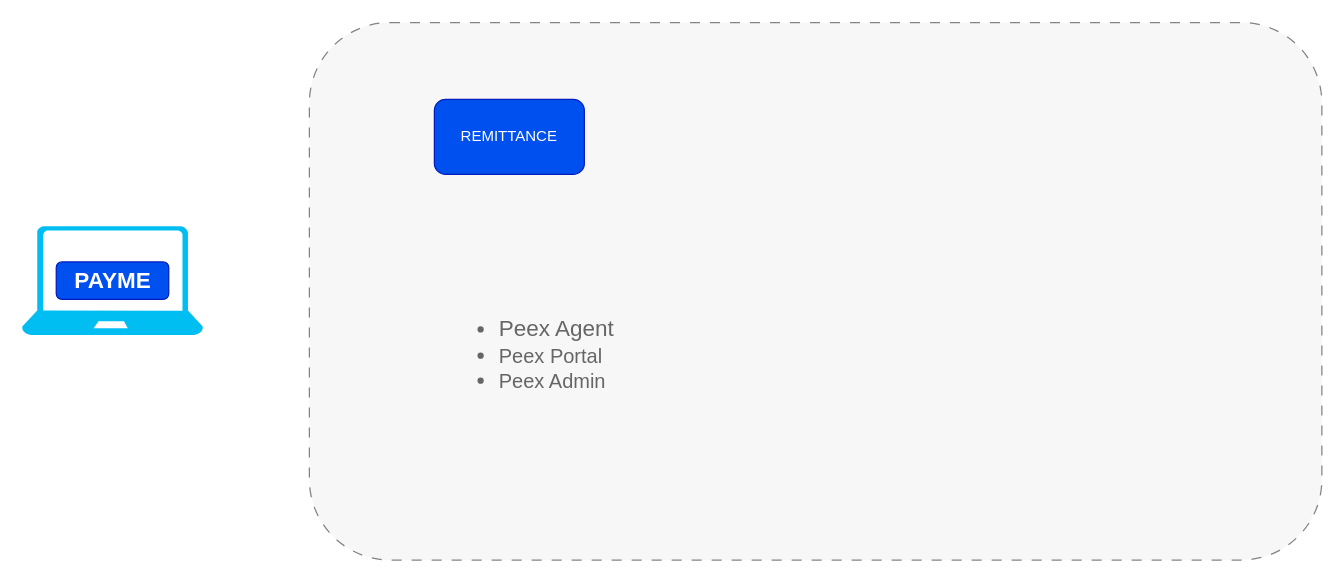
This is Peex-Marketing.drawio from dabiko/draw-io, a draw.io file, before an edit. Source tidied: cells renumbered, new cells numbered last; positions are measured from the earlier drawing's top-left corner, leaving out a move shared by most shapes. Both pictures are drawn from the tidied source at 125%, with x=0, y=0 at pixel (21, 21).
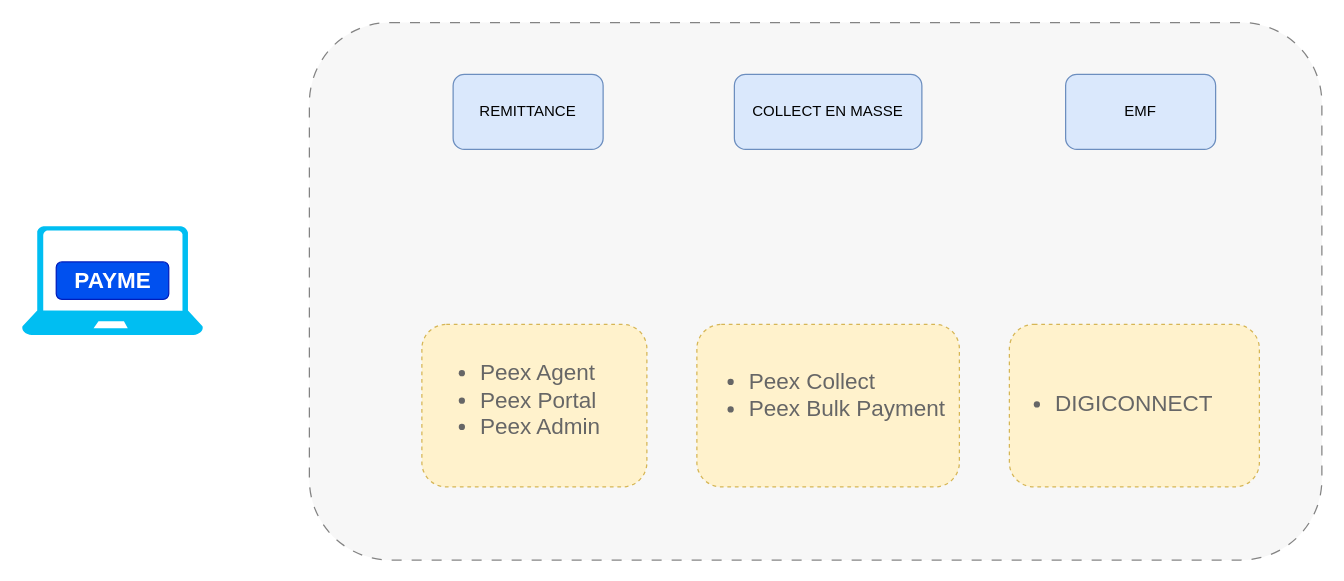
The same diagram, later.

The edit, as a diff of the source:
```diff
@@
 <mxGraphModel>
   <root>
     <mxCell id="0" />
     <mxCell id="1" parent="0" />
+    <mxCell id="5" style="rounded=1;whiteSpace=wrap;html=1;fillColor=#f5f5f5;strokeColor=#666666;dashed=1;dashPattern=8 8;fillStyle=solid;opacity=80;fontColor=#333333;" parent="1" vertex="1">
+      <mxGeometry x="230" y="0.5" width="810" height="430" as="geometry" />
+    </mxCell>
+    <mxCell id="8" style="rounded=1;whiteSpace=wrap;html=1;fillColor=#fff2cc;strokeColor=#d6b656;dashed=1;" parent="1" vertex="1">
+      <mxGeometry x="790" y="242" width="200" height="130" as="geometry" />
+    </mxCell>
+    <mxCell id="9" style="rounded=1;whiteSpace=wrap;html=1;fillColor=#fff2cc;strokeColor=#d6b656;dashed=1;" parent="1" vertex="1">
+      <mxGeometry x="540" y="242" width="210" height="130" as="geometry" />
+    </mxCell>
+    <mxCell id="10" style="rounded=1;whiteSpace=wrap;html=1;fillColor=#fff2cc;strokeColor=#d6b656;dashed=1;" parent="1" vertex="1">
+      <mxGeometry x="320" y="242" width="180" height="130" as="geometry" />
+    </mxCell>
     <mxCell id="2" style="group;" parent="1" vertex="1">
       <mxGeometry y="172" width="145" height="87" as="geometry" />
     </mxCell>
     <mxCell id="3" value="&lt;h2&gt;&lt;font style=&quot;font-size: 18px;&quot;&gt;PAYME&lt;/font&gt;&lt;/h2&gt;" style="rounded=1;whiteSpace=wrap;html=1;fillColor=#0050ef;fontColor=#ffffff;strokeColor=#001DBC;" parent="2" vertex="1">
       <mxGeometry x="27.5" y="20" width="90" height="30" as="geometry" />
     </mxCell>
     <mxCell id="4" style="verticalLabelPosition=bottom;html=1;verticalAlign=top;align=center;strokeColor=none;fillColor=#00BEF2;shape=mxgraph.azure.laptop;" parent="2" vertex="1">
       <mxGeometry y="-8.5" width="145" height="87" as="geometry" />
     </mxCell>
-    <mxCell id="5" style="rounded=1;whiteSpace=wrap;html=1;fillColor=#f5f5f5;strokeColor=#666666;dashed=1;dashPattern=8 8;fillStyle=solid;opacity=80;fontColor=#333333;" parent="1" vertex="1">
-      <mxGeometry x="230" y="0.5" width="810" height="430" as="geometry" />
-    </mxCell>
-    <mxCell id="6" value="REMITTANCE" style="rounded=1;whiteSpace=wrap;html=1;fillColor=#0050ef;fontColor=#ffffff;strokeColor=#001DBC;" parent="1" vertex="1">
-      <mxGeometry x="330" y="62" width="120" height="60" as="geometry" />
+    <mxCell id="6" value="REMITTANCE" style="rounded=1;whiteSpace=wrap;html=1;fillColor=#dae8fc;strokeColor=#6c8ebf;" parent="1" vertex="1">
+      <mxGeometry x="345" y="42" width="120" height="60" as="geometry" />
     </mxCell>
-    <mxCell id="7" value="&lt;ul&gt;&lt;li&gt;&lt;font style=&quot;font-size: 18px;&quot;&gt;Peex Agent&amp;nbsp;&lt;/font&gt;&lt;/li&gt;&lt;li&gt;&lt;font size=&quot;3&quot;&gt;Peex Portal&lt;/font&gt;&lt;/li&gt;&lt;li&gt;&lt;font size=&quot;3&quot;&gt;Peex Admin&lt;/font&gt;&lt;/li&gt;&lt;/ul&gt;" style="strokeWidth=1;shadow=0;dashed=0;align=center;html=1;shape=mxgraph.mockup.text.bulletedList;textColor=#666666;mainText=,,,,;textSize=17;bulletStyle=none;strokeColor=none;fillColor=none;align=left;verticalAlign=top;fontSize=17;fontColor=#666666;" parent="1" vertex="1">
-      <mxGeometry x="340" y="212" width="170" height="100" as="geometry" />
+    <mxCell id="7" value="&lt;ul&gt;&lt;li&gt;&lt;font style=&quot;font-size: 18px;&quot;&gt;Peex Agent&amp;nbsp;&lt;/font&gt;&lt;/li&gt;&lt;li&gt;&lt;span style=&quot;font-size: 18px;&quot;&gt;Peex Portal&lt;/span&gt;&lt;/li&gt;&lt;li&gt;&lt;span style=&quot;font-size: 18px;&quot;&gt;Peex Admin&lt;/span&gt;&lt;/li&gt;&lt;/ul&gt;" style="strokeWidth=1;shadow=0;dashed=0;align=center;html=1;shape=mxgraph.mockup.text.bulletedList;textColor=#666666;mainText=,,,,;textSize=17;bulletStyle=none;strokeColor=none;fillColor=none;align=left;verticalAlign=top;fontSize=17;fontColor=#666666;" parent="1" vertex="1">
+      <mxGeometry x="325" y="247" width="170" height="113" as="geometry" />
     </mxCell>
+    <mxCell id="11" value="&lt;ul&gt;&lt;li&gt;&lt;span style=&quot;font-size: 18px;&quot;&gt;Peex Collect&amp;nbsp;&lt;/span&gt;&lt;/li&gt;&lt;li&gt;&lt;span style=&quot;font-size: 18px;&quot;&gt;Peex Bulk Payment&lt;/span&gt;&lt;/li&gt;&lt;/ul&gt;" style="strokeWidth=1;shadow=0;dashed=0;align=center;html=1;shape=mxgraph.mockup.text.bulletedList;textColor=#666666;mainText=,,,,;textSize=17;bulletStyle=none;strokeColor=none;fillColor=none;align=left;verticalAlign=top;fontSize=17;fontColor=#666666;" parent="1" vertex="1">
+      <mxGeometry x="540" y="253.5" width="220" height="100" as="geometry" />
+    </mxCell>
+    <mxCell id="12" value="&lt;ul&gt;&lt;li&gt;&lt;span style=&quot;font-size: 18px;&quot;&gt;DIGICONNECT&lt;/span&gt;&lt;/li&gt;&lt;/ul&gt;" style="strokeWidth=1;shadow=0;dashed=0;align=center;html=1;shape=mxgraph.mockup.text.bulletedList;textColor=#666666;mainText=,,,,;textSize=17;bulletStyle=none;strokeColor=none;fillColor=none;align=left;verticalAlign=top;fontSize=17;fontColor=#666666;" parent="1" vertex="1">
+      <mxGeometry x="785" y="272" width="210" height="63" as="geometry" />
+    </mxCell>
+    <mxCell id="13" value="COLLECT EN MASSE" style="rounded=1;whiteSpace=wrap;html=1;fillColor=#dae8fc;strokeColor=#6c8ebf;" parent="1" vertex="1">
+      <mxGeometry x="570" y="42" width="150" height="60" as="geometry" />
+    </mxCell>
+    <mxCell id="14" value="EMF" style="rounded=1;whiteSpace=wrap;html=1;fillColor=#dae8fc;strokeColor=#6c8ebf;" parent="1" vertex="1">
+      <mxGeometry x="835" y="42" width="120" height="60" as="geometry" />
+    </mxCell>
   </root>
 </mxGraphModel>
```
